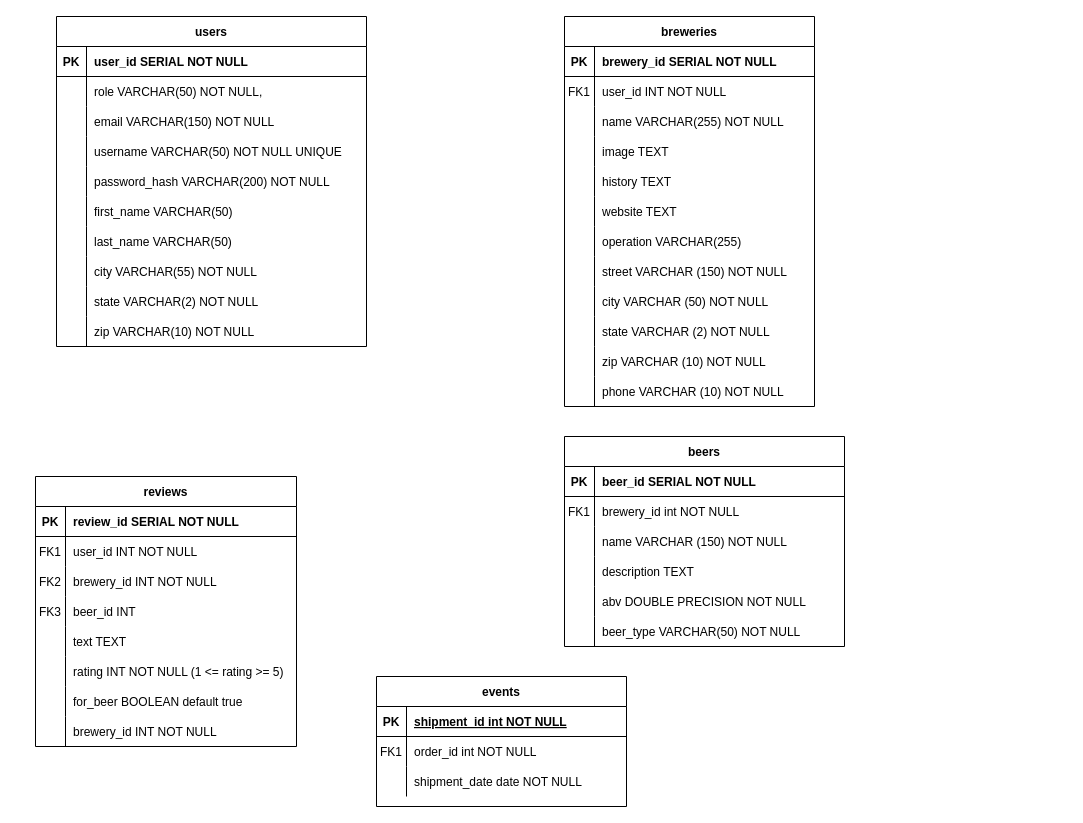
dperry83/ale-trail keeps this draw.io diagram as java/database/ale-trail-ERD.drawio. Above is the earlier version. Source tidied: cells renumbered, new cells numbered last; positions are measured from the earlier drawing's top-left corner, leaving out a move shared by most shapes. Both pictures are drawn from the tidied source at 100%, with x=0, y=0 at pixel (35, 16).
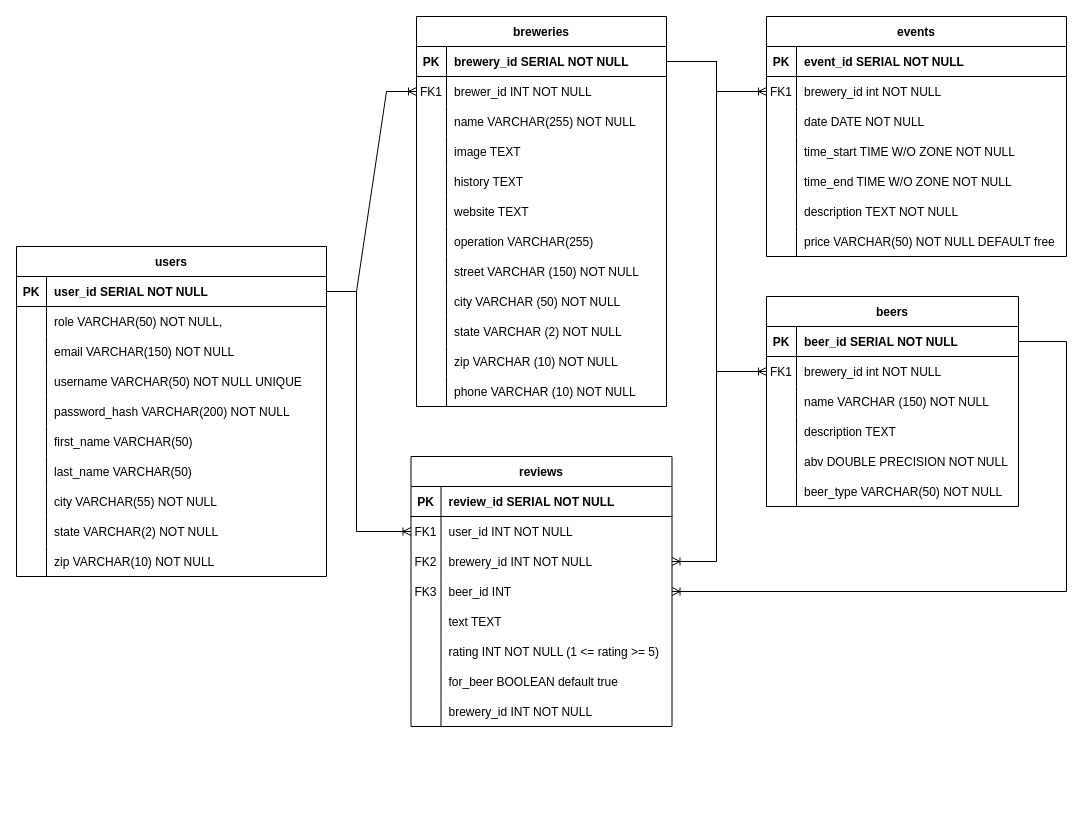
Above is the later version.

The change refers to these unchanged cells:
```xml
<mxCell id="3" style="shape=partialRectangle;fillColor=none;points=[[0,0.5],[1,0.5]];portConstraint=eastwest;top=0;left=0;right=0;bottom=1;" parent="2" vertex="1">
  <mxGeometry y="30" width="250" height="30" as="geometry" />
</mxCell>
<mxCell id="6" style="shape=partialRectangle;fillColor=none;points=[[0,0.5],[1,0.5]];portConstraint=eastwest;top=0;left=0;right=0;bottom=0;" parent="2" vertex="1">
  <mxGeometry y="60" width="250" height="30" as="geometry" />
</mxCell>
<mxCell id="59" style="shape=partialRectangle;fillColor=none;points=[[0,0.5],[1,0.5]];portConstraint=eastwest;top=0;left=0;right=0;bottom=1;" parent="58" vertex="1">
  <mxGeometry y="30" width="310" height="30" as="geometry" />
</mxCell>
<mxCell id="93" style="shape=partialRectangle;fillColor=none;points=[[0,0.5],[1,0.5]];portConstraint=eastwest;top=0;left=0;right=0;bottom=0;" parent="89" vertex="1">
  <mxGeometry y="60" width="261" height="30" as="geometry" />
</mxCell>
<mxCell id="96" style="shape=partialRectangle;fillColor=none;points=[[0,0.5],[1,0.5]];portConstraint=eastwest;top=0;left=0;right=0;bottom=0;" parent="89" vertex="1">
  <mxGeometry y="90" width="261" height="30" as="geometry" />
</mxCell>
<mxCell id="99" style="shape=partialRectangle;fillColor=none;points=[[0,0.5],[1,0.5]];portConstraint=eastwest;top=0;left=0;right=0;bottom=0;" parent="89" vertex="1">
  <mxGeometry y="120" width="261" height="30" as="geometry" />
</mxCell>
```

The edit, as a diff of the source:
```diff
@@
     <mxCell id="2" value="breweries" style="shape=table;startSize=30;childLayout=tableLayout;rowLines=0;fontStyle=1;align=center;" parent="1" vertex="1">
-      <mxGeometry x="529" width="250" height="390" as="geometry" />
+      <mxGeometry x="381" width="250" height="390" as="geometry" />
     </mxCell>
@@
-    <mxCell id="8" value="user_id INT NOT NULL" style="shape=partialRectangle;overflow=hidden;fillColor=none;top=0;left=0;bottom=0;right=0;align=left;spacingLeft=6;" parent="6" vertex="1">
+    <mxCell id="8" value="brewer_id INT NOT NULL" style="shape=partialRectangle;overflow=hidden;fillColor=none;top=0;left=0;bottom=0;right=0;align=left;spacingLeft=6;" parent="6" vertex="1">
       <mxGeometry x="30" width="220" height="30" as="geometry" />
     </mxCell>
@@
     <mxCell id="39" value="beers" style="shape=table;startSize=30;childLayout=tableLayout;rowLines=0;fontStyle=1;align=center;" parent="1" vertex="1">
-      <mxGeometry x="529" y="420" width="280" height="210" as="geometry" />
+      <mxGeometry x="731" y="280" width="252" height="210" as="geometry" />
     </mxCell>
     <mxCell id="40" style="shape=partialRectangle;fillColor=none;points=[[0,0.5],[1,0.5]];portConstraint=eastwest;top=0;left=0;right=0;bottom=1;" parent="39" vertex="1">
-      <mxGeometry y="30" width="280" height="30" as="geometry" />
+      <mxGeometry y="30" width="252" height="30" as="geometry" />
     </mxCell>
@@
     <mxCell id="42" value="beer_id SERIAL NOT NULL" style="shape=partialRectangle;overflow=hidden;fillColor=none;top=0;left=0;bottom=0;right=0;align=left;spacingLeft=6;fontStyle=1;" parent="40" vertex="1">
-      <mxGeometry x="30" width="250" height="30" as="geometry" />
+      <mxGeometry x="30" width="222" height="30" as="geometry" />
     </mxCell>
     <mxCell id="43" style="shape=partialRectangle;fillColor=none;points=[[0,0.5],[1,0.5]];portConstraint=eastwest;top=0;left=0;right=0;bottom=0;" parent="39" vertex="1">
-      <mxGeometry y="60" width="280" height="30" as="geometry" />
+      <mxGeometry y="60" width="252" height="30" as="geometry" />
     </mxCell>
@@
     <mxCell id="45" value="brewery_id int NOT NULL" style="shape=partialRectangle;overflow=hidden;fillColor=none;top=0;left=0;bottom=0;right=0;align=left;spacingLeft=6;" parent="43" vertex="1">
-      <mxGeometry x="30" width="250" height="30" as="geometry" />
+      <mxGeometry x="30" width="222" height="30" as="geometry" />
     </mxCell>
     <mxCell id="46" style="shape=partialRectangle;fillColor=none;top=0;left=0;right=0;bottom=0;" parent="39" vertex="1">
-      <mxGeometry y="90" width="280" height="30" as="geometry" />
+      <mxGeometry y="90" width="252" height="30" as="geometry" />
     </mxCell>
@@
     <mxCell id="48" value="name VARCHAR (150) NOT NULL" style="shape=partialRectangle;overflow=hidden;fillColor=none;top=0;left=0;bottom=0;right=0;align=left;spacingLeft=6;" parent="46" vertex="1">
-      <mxGeometry x="30" width="250" height="30" as="geometry" />
+      <mxGeometry x="30" width="222" height="30" as="geometry" />
     </mxCell>
     <mxCell id="49" style="shape=partialRectangle;fillColor=none;top=0;left=0;right=0;bottom=0;" parent="39" vertex="1">
-      <mxGeometry y="120" width="280" height="30" as="geometry" />
+      <mxGeometry y="120" width="252" height="30" as="geometry" />
     </mxCell>
@@
     <mxCell id="51" value="description TEXT" style="shape=partialRectangle;overflow=hidden;fillColor=none;top=0;left=0;bottom=0;right=0;align=left;spacingLeft=6;" parent="49" vertex="1">
-      <mxGeometry x="30" width="250" height="30" as="geometry" />
+      <mxGeometry x="30" width="222" height="30" as="geometry" />
     </mxCell>
     <mxCell id="52" style="shape=partialRectangle;fillColor=none;top=0;left=0;right=0;bottom=0;" parent="39" vertex="1">
-      <mxGeometry y="150" width="280" height="30" as="geometry" />
+      <mxGeometry y="150" width="252" height="30" as="geometry" />
     </mxCell>
@@
     <mxCell id="54" value="abv DOUBLE PRECISION NOT NULL" style="shape=partialRectangle;overflow=hidden;fillColor=none;top=0;left=0;bottom=0;right=0;align=left;spacingLeft=6;" parent="52" vertex="1">
-      <mxGeometry x="30" width="250" height="30" as="geometry" />
+      <mxGeometry x="30" width="222" height="30" as="geometry" />
     </mxCell>
     <mxCell id="55" style="shape=partialRectangle;fillColor=none;top=0;left=0;right=0;bottom=0;" parent="39" vertex="1">
-      <mxGeometry y="180" width="280" height="30" as="geometry" />
+      <mxGeometry y="180" width="252" height="30" as="geometry" />
     </mxCell>
@@
     <mxCell id="57" value="beer_type VARCHAR(50) NOT NULL" style="shape=partialRectangle;overflow=hidden;fillColor=none;top=0;left=0;bottom=0;right=0;align=left;spacingLeft=6;" parent="55" vertex="1">
-      <mxGeometry x="30" width="250" height="30" as="geometry" />
+      <mxGeometry x="30" width="222" height="30" as="geometry" />
     </mxCell>
     <mxCell id="58" value="users" style="shape=table;startSize=30;childLayout=tableLayout;rowLines=0;fontStyle=1;align=center;" parent="1" vertex="1">
-      <mxGeometry x="21" width="310" height="330" as="geometry" />
+      <mxGeometry x="-19" y="230" width="310" height="330" as="geometry" />
     </mxCell>
@@
     <mxCell id="89" value="reviews" style="shape=table;startSize=30;childLayout=tableLayout;rowLines=0;fontStyle=1;align=center;" parent="1" vertex="1">
-      <mxGeometry y="460" width="261" height="270" as="geometry" />
+      <mxGeometry x="375.5" y="440" width="261" height="270" as="geometry" />
     </mxCell>
@@
     <mxCell id="114" value="events" style="shape=table;startSize=30;childLayout=tableLayout;rowLines=0;fontStyle=1;align=center;" parent="1" vertex="1">
-      <mxGeometry x="341" y="660" width="250" height="130" as="geometry" />
+      <mxGeometry x="731" width="300" height="240" as="geometry" />
     </mxCell>
     <mxCell id="115" style="shape=partialRectangle;fillColor=none;top=0;left=0;right=0;bottom=1;" parent="114" vertex="1">
-      <mxGeometry y="30" width="250" height="30" as="geometry" />
+      <mxGeometry y="30" width="300" height="30" as="geometry" />
     </mxCell>
@@
-    <mxCell id="117" value="shipment_id int NOT NULL " style="shape=partialRectangle;overflow=hidden;fillColor=none;top=0;left=0;bottom=0;right=0;align=left;spacingLeft=6;fontStyle=5;" parent="115" vertex="1">
-      <mxGeometry x="30" width="220" height="30" as="geometry" />
+    <mxCell id="117" value="event_id SERIAL NOT NULL " style="shape=partialRectangle;overflow=hidden;fillColor=none;top=0;left=0;bottom=0;right=0;align=left;spacingLeft=6;fontStyle=1;" parent="115" vertex="1">
+      <mxGeometry x="30" width="270" height="30" as="geometry" />
     </mxCell>
     <mxCell id="118" style="shape=partialRectangle;fillColor=none;points=[[0,0.5],[1,0.5]];portConstraint=eastwest;top=0;left=0;right=0;bottom=0;" parent="114" vertex="1">
-      <mxGeometry y="60" width="250" height="30" as="geometry" />
+      <mxGeometry y="60" width="300" height="30" as="geometry" />
     </mxCell>
@@
-    <mxCell id="120" value="order_id int NOT NULL" style="shape=partialRectangle;overflow=hidden;fillColor=none;top=0;left=0;bottom=0;right=0;align=left;spacingLeft=6;" parent="118" vertex="1">
-      <mxGeometry x="30" width="220" height="30" as="geometry" />
+    <mxCell id="120" value="brewery_id int NOT NULL" style="shape=partialRectangle;overflow=hidden;fillColor=none;top=0;left=0;bottom=0;right=0;align=left;spacingLeft=6;" parent="118" vertex="1">
+      <mxGeometry x="30" width="270" height="30" as="geometry" />
     </mxCell>
     <mxCell id="121" style="shape=partialRectangle;fillColor=none;top=0;left=0;right=0;bottom=0;" parent="114" vertex="1">
-      <mxGeometry y="90" width="250" height="30" as="geometry" />
+      <mxGeometry y="90" width="300" height="30" as="geometry" />
     </mxCell>
@@
-    <mxCell id="123" value="shipment_date date NOT NULL" style="shape=partialRectangle;overflow=hidden;fillColor=none;top=0;left=0;bottom=0;right=0;align=left;spacingLeft=6;" parent="121" vertex="1">
-      <mxGeometry x="30" width="220" height="30" as="geometry" />
+    <mxCell id="123" value="date DATE NOT NULL" style="shape=partialRectangle;overflow=hidden;fillColor=none;top=0;left=0;bottom=0;right=0;align=left;spacingLeft=6;" parent="121" vertex="1">
+      <mxGeometry x="30" width="270" height="30" as="geometry" />
     </mxCell>
+    <mxCell id="124" style="shape=partialRectangle;fillColor=none;top=0;left=0;right=0;bottom=0;" parent="114" vertex="1">
+      <mxGeometry y="120" width="300" height="30" as="geometry" />
+    </mxCell>
+    <mxCell id="125" style="shape=partialRectangle;overflow=hidden;fillColor=none;top=0;left=0;bottom=0;right=0;" parent="124" vertex="1">
+      <mxGeometry width="30" height="30" as="geometry" />
+    </mxCell>
+    <mxCell id="126" value="time_start TIME W/O ZONE NOT NULL" style="shape=partialRectangle;overflow=hidden;fillColor=none;top=0;left=0;bottom=0;right=0;align=left;spacingLeft=6;" parent="124" vertex="1">
+      <mxGeometry x="30" width="270" height="30" as="geometry" />
+    </mxCell>
+    <mxCell id="127" style="shape=partialRectangle;fillColor=none;top=0;left=0;right=0;bottom=0;" parent="114" vertex="1">
+      <mxGeometry y="150" width="300" height="30" as="geometry" />
+    </mxCell>
+    <mxCell id="128" style="shape=partialRectangle;overflow=hidden;fillColor=none;top=0;left=0;bottom=0;right=0;" parent="127" vertex="1">
+      <mxGeometry width="30" height="30" as="geometry" />
+    </mxCell>
+    <mxCell id="129" value="time_end TIME W/O ZONE NOT NULL" style="shape=partialRectangle;overflow=hidden;fillColor=none;top=0;left=0;bottom=0;right=0;align=left;spacingLeft=6;" parent="127" vertex="1">
+      <mxGeometry x="30" width="270" height="30" as="geometry" />
+    </mxCell>
+    <mxCell id="130" style="shape=partialRectangle;fillColor=none;top=0;left=0;right=0;bottom=0;" parent="114" vertex="1">
+      <mxGeometry y="180" width="300" height="30" as="geometry" />
+    </mxCell>
+    <mxCell id="131" style="shape=partialRectangle;overflow=hidden;fillColor=none;top=0;left=0;bottom=0;right=0;" parent="130" vertex="1">
+      <mxGeometry width="30" height="30" as="geometry" />
+    </mxCell>
+    <mxCell id="132" value="description TEXT NOT NULL" style="shape=partialRectangle;overflow=hidden;fillColor=none;top=0;left=0;bottom=0;right=0;align=left;spacingLeft=6;" parent="130" vertex="1">
+      <mxGeometry x="30" width="270" height="30" as="geometry" />
+    </mxCell>
+    <mxCell id="133" style="shape=partialRectangle;fillColor=none;top=0;left=0;right=0;bottom=0;" parent="114" vertex="1">
+      <mxGeometry y="210" width="300" height="30" as="geometry" />
+    </mxCell>
+    <mxCell id="134" style="shape=partialRectangle;overflow=hidden;fillColor=none;top=0;left=0;bottom=0;right=0;" parent="133" vertex="1">
+      <mxGeometry width="30" height="30" as="geometry" />
+    </mxCell>
+    <mxCell id="135" value="price VARCHAR(50) NOT NULL DEFAULT free" style="shape=partialRectangle;overflow=hidden;fillColor=none;top=0;left=0;bottom=0;right=0;align=left;spacingLeft=6;" parent="133" vertex="1">
+      <mxGeometry x="30" width="270" height="30" as="geometry" />
+    </mxCell>
+    <mxCell id="136" style="edgeStyle=entityRelationEdgeStyle;fontSize=12;html=1;endArrow=ERoneToMany;rounded=0;entryX=0;entryY=0.5;entryDx=0;entryDy=0;exitX=1;exitY=0.5;exitDx=0;exitDy=0;" parent="1" edge="1" source="59" target="6">
+      <mxGeometry relative="1" as="geometry" />
+    </mxCell>
+    <mxCell id="137" style="edgeStyle=elbowEdgeStyle;fontSize=12;html=1;endArrow=ERoneToMany;rounded=0;exitX=1;exitY=0.5;exitDx=0;exitDy=0;entryX=0;entryY=0.5;entryDx=0;entryDy=0;" parent="1" edge="1" source="3" target="43">
+      <mxGeometry relative="1" as="geometry" />
+    </mxCell>
+    <mxCell id="138" style="fontSize=12;html=1;endArrow=ERoneToMany;rounded=0;exitX=1;exitY=0.5;exitDx=0;exitDy=0;entryX=0;entryY=0.5;entryDx=0;entryDy=0;edgeStyle=orthogonalEdgeStyle;" parent="1" edge="1" source="3" target="118">
+      <mxGeometry relative="1" as="geometry" />
+    </mxCell>
+    <mxCell id="139" style="edgeStyle=elbowEdgeStyle;fontSize=12;html=1;endArrow=ERoneToMany;rounded=0;exitX=1;exitY=0.5;exitDx=0;exitDy=0;entryX=0;entryY=0.5;entryDx=0;entryDy=0;" parent="1" edge="1" source="59" target="93">
+      <mxGeometry relative="1" as="geometry">
+        <Array as="points">
+          <mxPoint x="321" y="440" />
+        </Array>
+      </mxGeometry>
+    </mxCell>
+    <mxCell id="140" style="edgeStyle=elbowEdgeStyle;fontSize=12;html=1;endArrow=ERoneToMany;rounded=0;exitX=1;exitY=0.5;exitDx=0;exitDy=0;entryX=1;entryY=0.5;entryDx=0;entryDy=0;" parent="1" edge="1" source="3" target="96">
+      <mxGeometry relative="1" as="geometry">
+        <Array as="points">
+          <mxPoint x="681" y="300" />
+        </Array>
+      </mxGeometry>
+    </mxCell>
+    <mxCell id="141" style="edgeStyle=elbowEdgeStyle;fontSize=12;html=1;endArrow=ERoneToMany;rounded=0;exitX=1;exitY=0.5;exitDx=0;exitDy=0;entryX=1;entryY=0.5;entryDx=0;entryDy=0;" parent="1" edge="1" source="40" target="99">
+      <mxGeometry relative="1" as="geometry">
+        <Array as="points">
+          <mxPoint x="1031" y="450" />
+        </Array>
+      </mxGeometry>
+    </mxCell>
```
